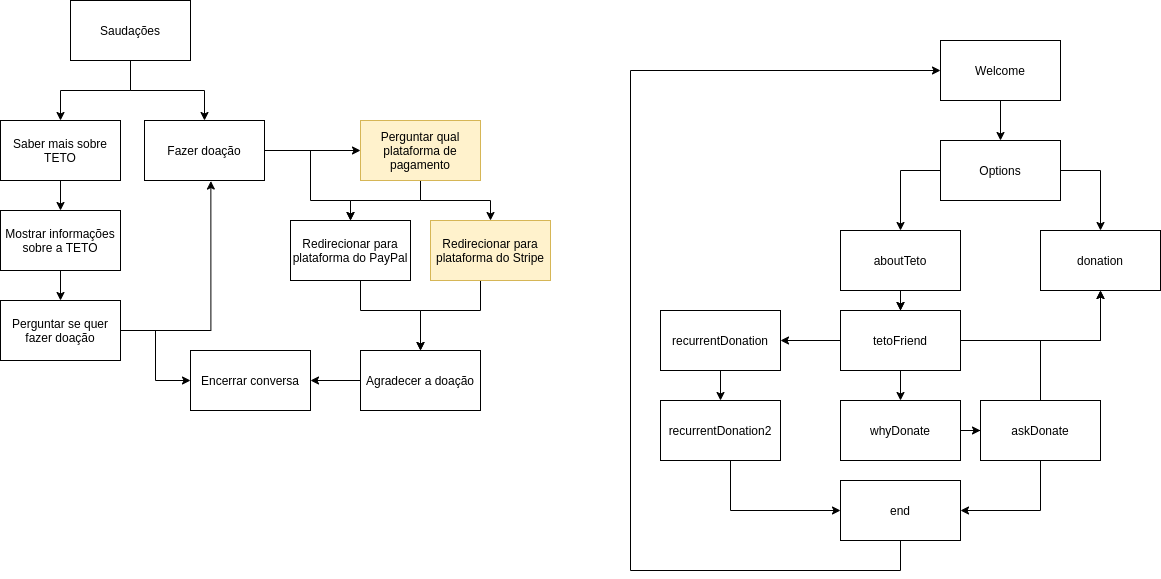
Before: Untitled Diagram.png, a diagram exported from draw.io (gledson-ss/teto-solution). Source tidied: cells renumbered, new cells last; positions are measured from the earlier drawing's top-left corner, leaving out a move shared by most shapes.
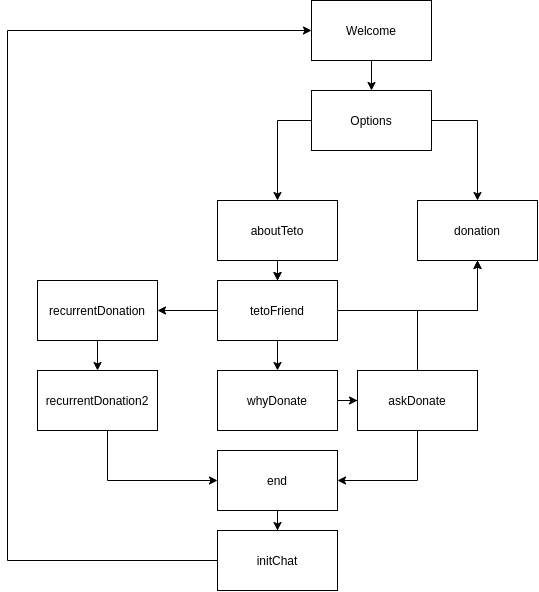
Above is the later version.

Change to the diagram source:
```diff
@@ -2,115 +2,28 @@
   <root>
     <mxCell id="0" />
     <mxCell id="1" parent="0" />
-    <mxCell id="2" style="edgeStyle=orthogonalEdgeStyle;rounded=0;jettySize=auto;html=1;entryX=0.5;entryY=0;entryDx=0;entryDy=0;" parent="1" edge="1" source="4" target="6">
-      <mxGeometry relative="1" as="geometry" />
-    </mxCell>
-    <mxCell id="3" style="edgeStyle=orthogonalEdgeStyle;rounded=0;jettySize=auto;html=1;entryX=0.5;entryY=0;entryDx=0;entryDy=0;" parent="1" edge="1" source="4" target="9">
-      <mxGeometry relative="1" as="geometry" />
-    </mxCell>
-    <mxCell id="4" value="Saudações" style="rounded=0;whiteSpace=wrap;html=1;" parent="1" vertex="1">
-      <mxGeometry x="70" width="120" height="60" as="geometry" />
-    </mxCell>
-    <mxCell id="5" style="edgeStyle=orthogonalEdgeStyle;rounded=0;jettySize=auto;html=1;entryX=0.5;entryY=0;entryDx=0;entryDy=0;" parent="1" edge="1" source="6" target="12">
-      <mxGeometry relative="1" as="geometry" />
-    </mxCell>
-    <mxCell id="6" value="Saber mais sobre TETO" style="rounded=0;whiteSpace=wrap;html=1;" parent="1" vertex="1">
-      <mxGeometry y="120" width="120" height="60" as="geometry" />
-    </mxCell>
-    <mxCell id="7" style="edgeStyle=orthogonalEdgeStyle;rounded=0;jettySize=auto;html=1;entryX=0;entryY=0.5;entryDx=0;entryDy=0;" parent="1" edge="1" source="9" target="18">
-      <mxGeometry relative="1" as="geometry" />
-    </mxCell>
-    <mxCell id="8" style="edgeStyle=orthogonalEdgeStyle;rounded=0;jettySize=auto;html=1;entryX=0.5;entryY=0;entryDx=0;entryDy=0;" parent="1" edge="1" source="9" target="20">
-      <mxGeometry relative="1" as="geometry">
-        <Array as="points">
-          <mxPoint x="310" y="150" />
-          <mxPoint x="310" y="200" />
-          <mxPoint x="350" y="200" />
-        </Array>
-      </mxGeometry>
-    </mxCell>
-    <mxCell id="9" value="Fazer doação" style="rounded=0;whiteSpace=wrap;html=1;" parent="1" vertex="1">
-      <mxGeometry x="144" y="120" width="120" height="60" as="geometry" />
-    </mxCell>
-    <mxCell id="10" value="Encerrar conversa" style="rounded=0;whiteSpace=wrap;html=1;" parent="1" vertex="1">
-      <mxGeometry x="190" y="350" width="120" height="60" as="geometry" />
-    </mxCell>
-    <mxCell id="11" style="edgeStyle=orthogonalEdgeStyle;rounded=0;jettySize=auto;html=1;entryX=0.5;entryY=0;entryDx=0;entryDy=0;" parent="1" edge="1" source="12" target="15">
-      <mxGeometry relative="1" as="geometry" />
-    </mxCell>
-    <mxCell id="12" value="Mostrar informações sobre a TETO" style="rounded=0;whiteSpace=wrap;html=1;" parent="1" vertex="1">
-      <mxGeometry y="210" width="120" height="60" as="geometry" />
-    </mxCell>
-    <mxCell id="13" style="edgeStyle=orthogonalEdgeStyle;rounded=0;jettySize=auto;html=1;entryX=0.553;entryY=1.009;entryDx=0;entryDy=0;entryPerimeter=0;" parent="1" edge="1" source="15" target="9">
-      <mxGeometry relative="1" as="geometry" />
-    </mxCell>
-    <mxCell id="14" style="edgeStyle=orthogonalEdgeStyle;rounded=0;jettySize=auto;html=1;entryX=0;entryY=0.5;entryDx=0;entryDy=0;" parent="1" edge="1" source="15" target="10">
-      <mxGeometry relative="1" as="geometry" />
-    </mxCell>
-    <mxCell id="15" value="Perguntar se quer fazer doação" style="rounded=0;whiteSpace=wrap;html=1;" parent="1" vertex="1">
-      <mxGeometry y="300" width="120" height="60" as="geometry" />
-    </mxCell>
-    <mxCell id="16" style="edgeStyle=orthogonalEdgeStyle;rounded=0;jettySize=auto;html=1;entryX=0.5;entryY=0;entryDx=0;entryDy=0;" parent="1" edge="1" source="18" target="20">
-      <mxGeometry relative="1" as="geometry" />
-    </mxCell>
-    <mxCell id="17" style="edgeStyle=orthogonalEdgeStyle;rounded=0;jettySize=auto;html=1;entryX=0.5;entryY=0;entryDx=0;entryDy=0;" parent="1" edge="1" source="18" target="22">
-      <mxGeometry relative="1" as="geometry" />
-    </mxCell>
-    <mxCell id="18" value="Perguntar qual plataforma de pagamento" style="rounded=0;whiteSpace=wrap;html=1;fillColor=#fff2cc;strokeColor=#d6b656;" parent="1" vertex="1">
-      <mxGeometry x="360" y="120" width="120" height="60" as="geometry" />
-    </mxCell>
-    <mxCell id="19" style="edgeStyle=orthogonalEdgeStyle;rounded=0;jettySize=auto;html=1;entryX=0.5;entryY=0;entryDx=0;entryDy=0;" parent="1" edge="1" source="20" target="24">
-      <mxGeometry relative="1" as="geometry">
-        <Array as="points">
-          <mxPoint x="360" y="310" />
-          <mxPoint x="420" y="310" />
-        </Array>
-      </mxGeometry>
-    </mxCell>
-    <mxCell id="20" value="Redirecionar para plataforma do PayPal" style="rounded=0;whiteSpace=wrap;html=1;" parent="1" vertex="1">
-      <mxGeometry x="290" y="220" width="120" height="60" as="geometry" />
-    </mxCell>
-    <mxCell id="21" style="edgeStyle=orthogonalEdgeStyle;rounded=0;jettySize=auto;html=1;entryX=0.5;entryY=0;entryDx=0;entryDy=0;" parent="1" edge="1" source="22" target="24">
-      <mxGeometry relative="1" as="geometry">
-        <Array as="points">
-          <mxPoint x="480" y="310" />
-          <mxPoint x="420" y="310" />
-        </Array>
-      </mxGeometry>
-    </mxCell>
-    <mxCell id="22" value="Redirecionar para plataforma do Stripe" style="rounded=0;whiteSpace=wrap;html=1;fillColor=#fff2cc;strokeColor=#d6b656;" parent="1" vertex="1">
-      <mxGeometry x="430" y="220" width="120" height="60" as="geometry" />
-    </mxCell>
-    <mxCell id="23" style="edgeStyle=orthogonalEdgeStyle;rounded=0;jettySize=auto;html=1;entryX=1;entryY=0.5;entryDx=0;entryDy=0;" parent="1" edge="1" source="24" target="10">
-      <mxGeometry relative="1" as="geometry" />
-    </mxCell>
-    <mxCell id="24" value="Agradecer a doação" style="rounded=0;whiteSpace=wrap;html=1;" parent="1" vertex="1">
-      <mxGeometry x="360" y="350" width="120" height="60" as="geometry" />
-    </mxCell>
-    <mxCell id="25" style="edgeStyle=orthogonalEdgeStyle;rounded=0;jettySize=auto;html=1;" parent="1" edge="1" source="26">
-      <mxGeometry relative="1" as="geometry">
-        <mxPoint x="1000" y="140" as="targetPoint" />
-      </mxGeometry>
+    <mxCell id="25" style="edgeStyle=orthogonalEdgeStyle;rounded=0;jettySize=auto;html=1;entryX=0.5;entryY=0;entryDx=0;entryDy=0;" parent="1" edge="1" source="26" target="29">
+      <mxGeometry relative="1" as="geometry" />
     </mxCell>
     <mxCell id="26" value="Welcome" style="rounded=0;whiteSpace=wrap;html=1;" parent="1" vertex="1">
-      <mxGeometry x="940" y="40" width="120" height="60" as="geometry" />
+      <mxGeometry x="934" y="30" width="120" height="60" as="geometry" />
     </mxCell>
-    <mxCell id="27" style="edgeStyle=orthogonalEdgeStyle;rounded=0;jettySize=auto;html=1;entryX=0.5;entryY=0;entryDx=0;entryDy=0;" parent="1" edge="1" source="29" target="32">
+    <mxCell id="27" style="edgeStyle=orthogonalEdgeStyle;rounded=0;jettySize=auto;html=1;entryX=0.5;entryY=0;entryDx=0;entryDy=0;exitX=0;exitY=0.5;exitDx=0;exitDy=0;" parent="1" edge="1" source="29" target="32">
       <mxGeometry relative="1" as="geometry">
         <Array as="points">
-          <mxPoint x="900" y="170" />
+          <mxPoint x="900" y="150" />
         </Array>
       </mxGeometry>
     </mxCell>
-    <mxCell id="28" style="edgeStyle=orthogonalEdgeStyle;rounded=0;jettySize=auto;html=1;entryX=0.5;entryY=0;entryDx=0;entryDy=0;" parent="1" edge="1" source="29" target="33">
+    <mxCell id="28" style="edgeStyle=orthogonalEdgeStyle;rounded=0;jettySize=auto;html=1;entryX=0.5;entryY=0;entryDx=0;entryDy=0;exitX=1;exitY=0.5;exitDx=0;exitDy=0;" parent="1" edge="1" source="29" target="33">
       <mxGeometry relative="1" as="geometry">
         <Array as="points">
-          <mxPoint x="1100" y="170" />
+          <mxPoint x="1100" y="150" />
         </Array>
       </mxGeometry>
     </mxCell>
     <mxCell id="29" value="Options" style="rounded=0;whiteSpace=wrap;html=1;" parent="1" vertex="1">
-      <mxGeometry x="940" y="140" width="120" height="60" as="geometry" />
+      <mxGeometry x="934" y="120" width="120" height="60" as="geometry" />
     </mxCell>
     <mxCell id="30" style="edgeStyle=orthogonalEdgeStyle;rounded=0;jettySize=auto;html=1;entryX=0.5;entryY=0;entryDx=0;entryDy=0;" parent="1" edge="1" source="32" target="41">
       <mxGeometry relative="1" as="geometry" />
@@ -156,15 +69,17 @@
     <mxCell id="42" style="edgeStyle=orthogonalEdgeStyle;rounded=0;jettySize=auto;html=1;entryX=0.5;entryY=0;entryDx=0;entryDy=0;" parent="1" edge="1" source="32" target="41">
       <mxGeometry relative="1" as="geometry" />
     </mxCell>
-    <mxCell id="43" style="edgeStyle=orthogonalEdgeStyle;rounded=0;jettySize=auto;html=1;entryX=0;entryY=0.5;entryDx=0;entryDy=0;" parent="1" edge="1" source="44" target="26">
+    <mxCell id="43" style="edgeStyle=orthogonalEdgeStyle;rounded=0;jettySize=auto;html=1;entryX=0;entryY=0.5;entryDx=0;entryDy=0;exitX=0;exitY=0.5;exitDx=0;exitDy=0;" parent="1" edge="1" source="50" target="26">
       <mxGeometry relative="1" as="geometry">
         <Array as="points">
-          <mxPoint x="900" y="570" />
-          <mxPoint x="630" y="570" />
-          <mxPoint x="630" y="70" />
+          <mxPoint x="630" y="590" />
+          <mxPoint x="630" y="60" />
         </Array>
       </mxGeometry>
     </mxCell>
+    <mxCell id="49" style="edgeStyle=orthogonalEdgeStyle;rounded=0;jettySize=auto;html=1;entryX=0.5;entryY=0;entryDx=0;entryDy=0;" parent="1" edge="1" source="44" target="50">
+      <mxGeometry relative="1" as="geometry" />
+    </mxCell>
     <mxCell id="44" value="end" style="rounded=0;whiteSpace=wrap;html=1;" parent="1" vertex="1">
       <mxGeometry x="840" y="480" width="120" height="60" as="geometry" />
     </mxCell>
@@ -188,5 +103,8 @@
     <mxCell id="48" value="askDonate" style="rounded=0;whiteSpace=wrap;html=1;" parent="1" vertex="1">
       <mxGeometry x="980" y="400" width="120" height="60" as="geometry" />
     </mxCell>
+    <mxCell id="50" value="initChat" style="rounded=0;whiteSpace=wrap;html=1;" parent="1" vertex="1">
+      <mxGeometry x="840" y="560" width="120" height="60" as="geometry" />
+    </mxCell>
   </root>
 </mxGraphModel>
```
